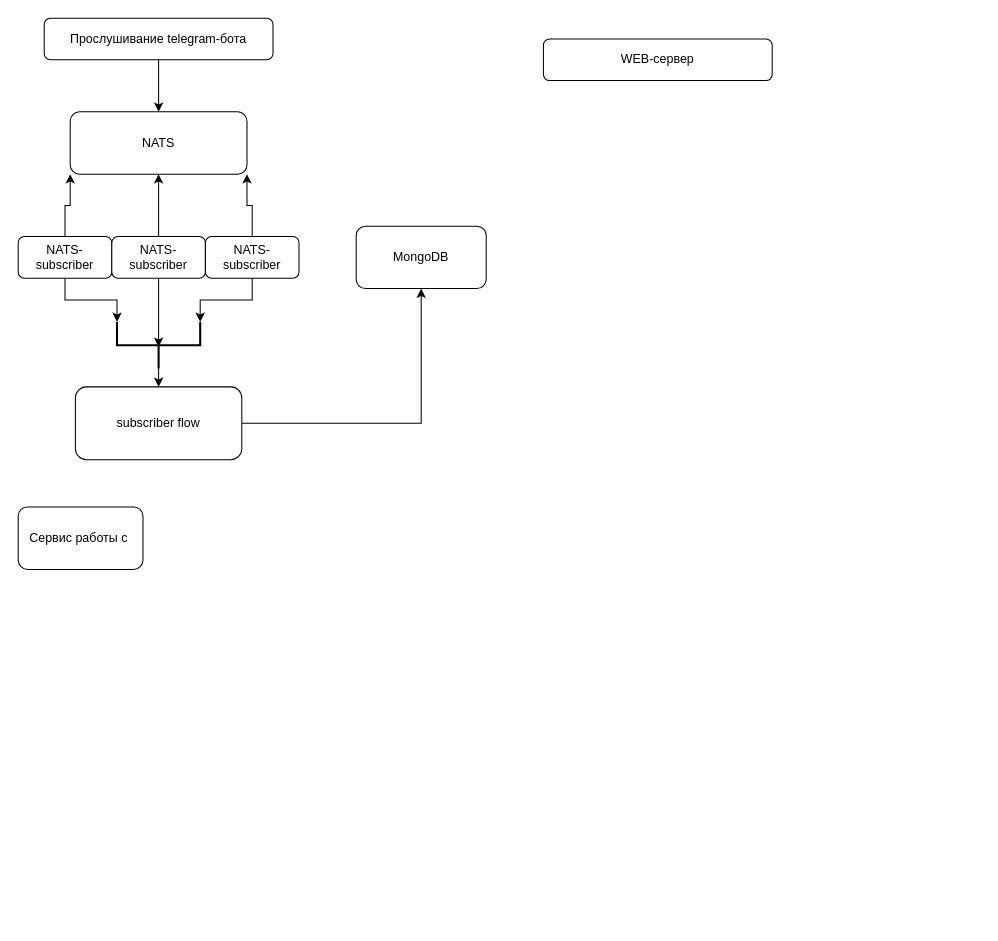
Above: Untitled Diagram.drawio in itxor/tgsite (draw.io), before the change. Source tidied: cells renumbered, new cells numbered last; positions are measured from the earlier drawing's top-left corner, leaving out a move shared by most shapes. Both pictures are drawn from the tidied source at 104%, with x=0, y=0 at pixel (18, 18).
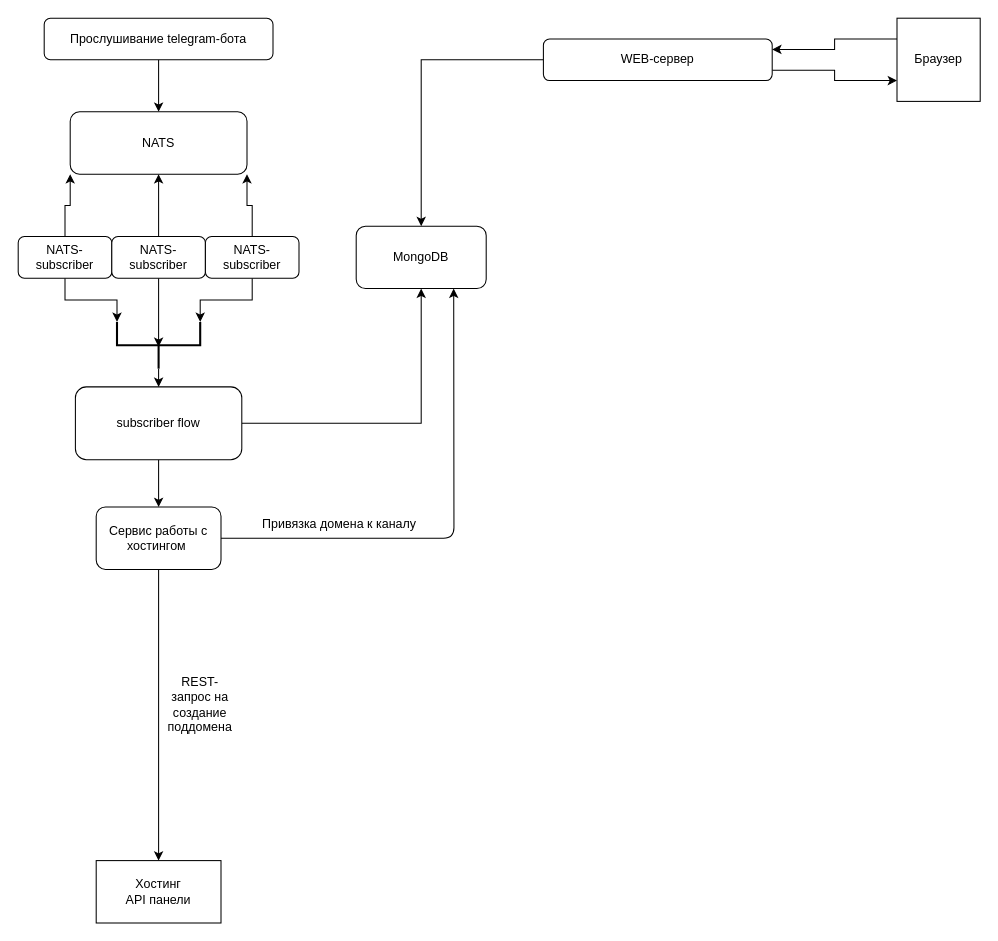
Above is the later version.

Commit message:
Доработка диаграммы работы сервиса

The change refers to these unchanged cells:
```xml
<mxCell id="8" value="WEB-сервер" style="rounded=1;whiteSpace=wrap;html=1;" parent="1" vertex="1">
  <mxGeometry x="505" y="20" width="220" height="40" as="geometry" />
</mxCell>
<mxCell id="9" value="MongoDB" style="rounded=1;whiteSpace=wrap;html=1;" parent="1" vertex="1">
  <mxGeometry x="325" y="200" width="125" height="60" as="geometry" />
</mxCell>
<mxCell id="19" value="subscriber flow" style="rounded=1;whiteSpace=wrap;html=1;" parent="1" vertex="1">
  <mxGeometry x="55" y="354.5" width="160" height="70" as="geometry" />
</mxCell>
```

The edit, as a diff of the source:
```diff
@@
+    <mxCell id="21" style="edgeStyle=orthogonalEdgeStyle;rounded=0;jettySize=auto;html=1;exitX=0;exitY=0.5;exitDx=0;exitDy=0;entryX=0.5;entryY=0;entryDx=0;entryDy=0;" parent="1" edge="1" source="8" target="9">
+      <mxGeometry relative="1" as="geometry" />
+    </mxCell>
+    <mxCell id="22" style="edgeStyle=orthogonalEdgeStyle;rounded=0;jettySize=auto;html=1;exitX=1;exitY=0.75;exitDx=0;exitDy=0;entryX=0;entryY=0.75;entryDx=0;entryDy=0;" parent="1" edge="1" source="8" target="28">
+      <mxGeometry relative="1" as="geometry" />
+    </mxCell>
@@
+    <mxCell id="23" style="edgeStyle=orthogonalEdgeStyle;rounded=0;jettySize=auto;html=1;exitX=0.5;exitY=1;exitDx=0;exitDy=0;" parent="1" edge="1" source="19" target="20">
+      <mxGeometry relative="1" as="geometry" />
+    </mxCell>
@@
+    <mxCell id="24" style="edgeStyle=orthogonalEdgeStyle;rounded=0;jettySize=auto;html=1;exitX=0.5;exitY=1;exitDx=0;exitDy=0;" parent="1" edge="1" source="20" target="26">
+      <mxGeometry relative="1" as="geometry" />
+    </mxCell>
-    <mxCell id="20" value="Сервис работы с&amp;nbsp;" style="rounded=1;whiteSpace=wrap;html=1;" parent="1" vertex="1">
-      <mxGeometry y="470" width="120" height="60" as="geometry" />
+    <mxCell id="20" value="Сервис работы с хостингом&amp;nbsp;" style="rounded=1;whiteSpace=wrap;html=1;" parent="1" vertex="1">
+      <mxGeometry x="75" y="470" width="120" height="60" as="geometry" />
     </mxCell>
+    <mxCell id="25" value="REST-запрос на создание поддомена" style="text;html=1;strokeColor=none;fillColor=none;align=center;verticalAlign=middle;whiteSpace=wrap;rounded=0;" parent="1" vertex="1">
+      <mxGeometry x="155" y="650" width="40" height="20" as="geometry" />
+    </mxCell>
+    <mxCell id="26" value="Хостинг&lt;br&gt;API панели" style="rounded=0;whiteSpace=wrap;html=1;" parent="1" vertex="1">
+      <mxGeometry x="75" y="810" width="120" height="60" as="geometry" />
+    </mxCell>
+    <mxCell id="27" style="edgeStyle=orthogonalEdgeStyle;rounded=0;jettySize=auto;html=1;exitX=0;exitY=0.25;exitDx=0;exitDy=0;entryX=1;entryY=0.25;entryDx=0;entryDy=0;" parent="1" edge="1" source="28" target="8">
+      <mxGeometry relative="1" as="geometry" />
+    </mxCell>
+    <mxCell id="28" value="Браузер" style="whiteSpace=wrap;html=1;" parent="1" vertex="1">
+      <mxGeometry x="845" width="80" height="80" as="geometry" />
+    </mxCell>
+    <mxCell id="29" style="endArrow=classic;html=1;exitX=1;exitY=0.5;exitDx=0;exitDy=0;entryX=0.75;entryY=1;entryDx=0;entryDy=0;" parent="1" edge="1" source="20" target="9">
+      <mxGeometry relative="1" as="geometry">
+        <Array as="points">
+          <mxPoint x="419" y="500" />
+        </Array>
+      </mxGeometry>
+    </mxCell>
+    <mxCell id="30" value="Привязка домена к каналу" style="text;html=1;strokeColor=none;fillColor=none;align=center;verticalAlign=middle;whiteSpace=wrap;rounded=0;" parent="1" vertex="1">
+      <mxGeometry x="224" y="477" width="170" height="20" as="geometry" />
+    </mxCell>
```
